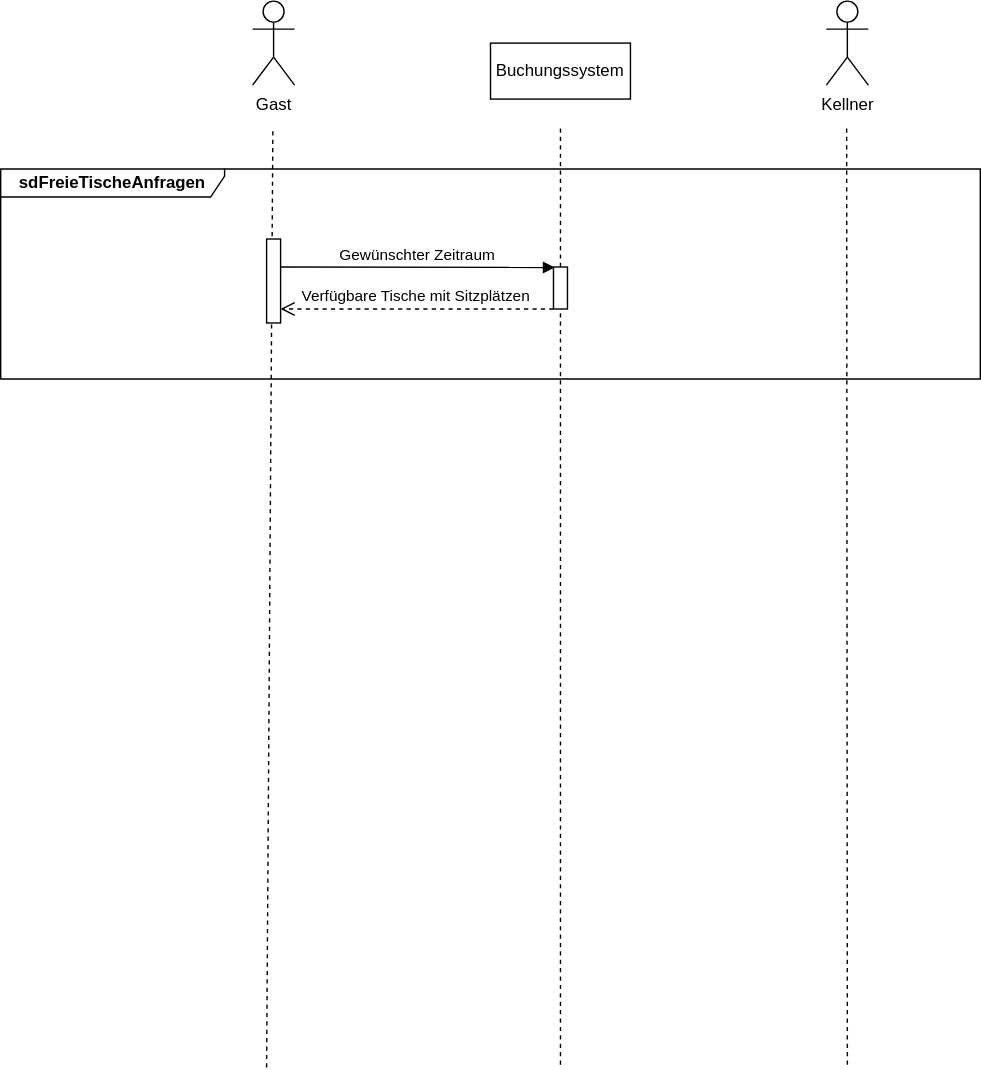
Before: diagramme/UML-Sequence.drawio.svg, a diagram exported from draw.io (gsoTH/FU1_Bestellservice). Source tidied: cells renumbered, new cells last; positions are measured from the earlier drawing's top-left corner, leaving out a move shared by most shapes. The source it was exported from:
```xml
<mxGraphModel>
  <root>
    <mxCell id="0" />
    <mxCell id="1" parent="0" />
    <mxCell id="2" style="group;" parent="1" vertex="1">
      <mxGeometry x="590" width="30" height="550" as="geometry" />
    </mxCell>
    <mxCell id="3" value="Kellner" style="shape=umlActor;verticalLabelPosition=bottom;verticalAlign=top;html=1;" parent="2" vertex="1">
      <mxGeometry width="30" height="60" as="geometry" />
    </mxCell>
    <mxCell id="4" style="endArrow=none;dashed=1;html=1;rounded=0;" parent="2" edge="1">
      <mxGeometry relative="1" as="geometry">
        <mxPoint x="15" y="760" as="sourcePoint" />
        <mxPoint x="14.5" y="90" as="targetPoint" />
      </mxGeometry>
    </mxCell>
    <mxCell id="5" style="group;" parent="1" vertex="1">
      <mxGeometry x="180" width="30" height="762" as="geometry" />
    </mxCell>
    <mxCell id="6" style="group;" parent="5" vertex="1">
      <mxGeometry width="30" height="550" as="geometry" />
    </mxCell>
    <mxCell id="7" value="Gast" style="shape=umlActor;verticalLabelPosition=bottom;verticalAlign=top;html=1;" parent="6" vertex="1">
      <mxGeometry width="30" height="60" as="geometry" />
    </mxCell>
    <mxCell id="8" style="endArrow=none;dashed=1;html=1;rounded=0;startArrow=none;" parent="5" edge="1">
      <mxGeometry relative="1" as="geometry">
        <mxPoint x="10" y="762" as="sourcePoint" />
        <mxPoint x="14.5" y="90" as="targetPoint" />
      </mxGeometry>
    </mxCell>
    <mxCell id="9" style="group;" parent="1" vertex="1">
      <mxGeometry x="350" y="30" width="100" height="730" as="geometry" />
    </mxCell>
    <mxCell id="10" value="Buchungssystem" style="rounded=0;whiteSpace=wrap;html=1;" parent="9" vertex="1">
      <mxGeometry width="100" height="40" as="geometry" />
    </mxCell>
    <mxCell id="11" style="endArrow=none;dashed=1;html=1;rounded=0;startArrow=none;" parent="9" edge="1">
      <mxGeometry relative="1" as="geometry">
        <mxPoint x="50" y="730" as="sourcePoint" />
        <mxPoint x="50" y="60" as="targetPoint" />
      </mxGeometry>
    </mxCell>
    <mxCell id="12" value="&lt;b&gt;sdFreieTischeAnfragen&lt;/b&gt;" style="shape=umlFrame;whiteSpace=wrap;html=1;width=160;height=20;" parent="1" vertex="1">
      <mxGeometry y="120" width="700" height="150" as="geometry" />
    </mxCell>
    <mxCell id="13" style="perimeter=orthogonalPerimeter;rounded=0;shadow=0;strokeWidth=1;" parent="1" vertex="1">
      <mxGeometry x="190" y="170" width="10" height="60" as="geometry" />
    </mxCell>
    <mxCell id="14" value="Gewünschter Zeitraum" style="verticalAlign=bottom;endArrow=block;shadow=0;strokeWidth=1;entryX=0.1;entryY=0.011;entryDx=0;entryDy=0;entryPerimeter=0;" parent="1" edge="1" target="15">
      <mxGeometry relative="1" as="geometry">
        <mxPoint x="200" y="190" as="sourcePoint" />
      </mxGeometry>
    </mxCell>
    <mxCell id="15" style="points=[];perimeter=orthogonalPerimeter;rounded=0;shadow=0;strokeWidth=1;" parent="1" vertex="1">
      <mxGeometry x="395" y="190" width="10" height="30" as="geometry" />
    </mxCell>
    <mxCell id="16" value="Verfügbare Tische mit Sitzplätzen" style="verticalAlign=bottom;endArrow=open;dashed=1;endSize=8;exitX=0;exitY=0.95;shadow=0;strokeWidth=1;" parent="1" edge="1">
      <mxGeometry relative="1" as="geometry">
        <mxPoint x="395" y="220" as="sourcePoint" />
        <mxPoint x="200" y="220" as="targetPoint" />
      </mxGeometry>
    </mxCell>
  </root>
</mxGraphModel>
```
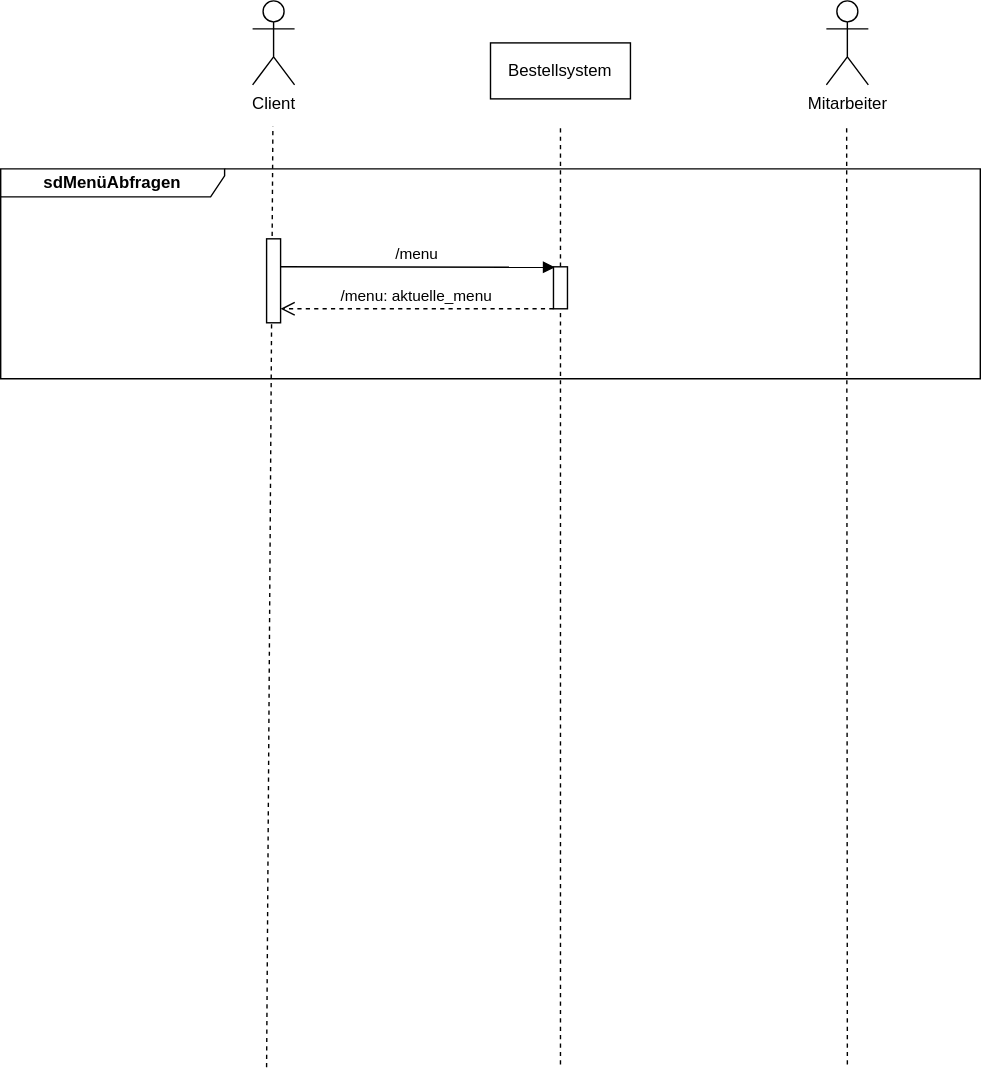
Above is the later version.

Commit message:
Diagramme auf Bestellung statt Buchung umgestellt

The edit, as a diff of the source:
```diff
@@ -5,7 +5,7 @@
     <mxCell id="2" style="group;" parent="1" vertex="1">
       <mxGeometry x="590" width="30" height="550" as="geometry" />
     </mxCell>
-    <mxCell id="3" value="Kellner" style="shape=umlActor;verticalLabelPosition=bottom;verticalAlign=top;html=1;" parent="2" vertex="1">
+    <mxCell id="3" value="Mitarbeiter" style="shape=umlActor;verticalLabelPosition=bottom;verticalAlign=top;html=1;" parent="2" vertex="1">
       <mxGeometry width="30" height="60" as="geometry" />
     </mxCell>
     <mxCell id="4" style="endArrow=none;dashed=1;html=1;rounded=0;" parent="2" edge="1">
@@ -20,7 +20,7 @@
     <mxCell id="6" style="group;" parent="5" vertex="1">
       <mxGeometry width="30" height="550" as="geometry" />
     </mxCell>
-    <mxCell id="7" value="Gast" style="shape=umlActor;verticalLabelPosition=bottom;verticalAlign=top;html=1;" parent="6" vertex="1">
+    <mxCell id="7" value="Client" style="shape=umlActor;verticalLabelPosition=bottom;verticalAlign=top;html=1;" parent="6" vertex="1">
       <mxGeometry width="30" height="60" as="geometry" />
     </mxCell>
     <mxCell id="8" style="endArrow=none;dashed=1;html=1;rounded=0;startArrow=none;" parent="5" edge="1">
@@ -32,7 +32,7 @@
     <mxCell id="9" style="group;" parent="1" vertex="1">
       <mxGeometry x="350" y="30" width="100" height="730" as="geometry" />
     </mxCell>
-    <mxCell id="10" value="Buchungssystem" style="rounded=0;whiteSpace=wrap;html=1;" parent="9" vertex="1">
+    <mxCell id="10" value="Bestellsystem" style="rounded=0;whiteSpace=wrap;html=1;" parent="9" vertex="1">
       <mxGeometry width="100" height="40" as="geometry" />
     </mxCell>
     <mxCell id="11" style="endArrow=none;dashed=1;html=1;rounded=0;startArrow=none;" parent="9" edge="1">
@@ -41,13 +41,13 @@
         <mxPoint x="50" y="60" as="targetPoint" />
       </mxGeometry>
     </mxCell>
-    <mxCell id="12" value="&lt;b&gt;sdFreieTischeAnfragen&lt;/b&gt;" style="shape=umlFrame;whiteSpace=wrap;html=1;width=160;height=20;" parent="1" vertex="1">
+    <mxCell id="12" value="&lt;b&gt;sdMenüAbfragen&lt;/b&gt;" style="shape=umlFrame;whiteSpace=wrap;html=1;width=160;height=20;" parent="1" vertex="1">
       <mxGeometry y="120" width="700" height="150" as="geometry" />
     </mxCell>
     <mxCell id="13" style="perimeter=orthogonalPerimeter;rounded=0;shadow=0;strokeWidth=1;" parent="1" vertex="1">
       <mxGeometry x="190" y="170" width="10" height="60" as="geometry" />
     </mxCell>
-    <mxCell id="14" value="Gewünschter Zeitraum" style="verticalAlign=bottom;endArrow=block;shadow=0;strokeWidth=1;entryX=0.1;entryY=0.011;entryDx=0;entryDy=0;entryPerimeter=0;" parent="1" edge="1" target="15">
+    <mxCell id="14" value="/menu" style="verticalAlign=bottom;endArrow=block;shadow=0;strokeWidth=1;entryX=0.1;entryY=0.011;entryDx=0;entryDy=0;entryPerimeter=0;" parent="1" edge="1" target="15">
       <mxGeometry relative="1" as="geometry">
         <mxPoint x="200" y="190" as="sourcePoint" />
       </mxGeometry>
@@ -55,7 +55,7 @@
     <mxCell id="15" style="points=[];perimeter=orthogonalPerimeter;rounded=0;shadow=0;strokeWidth=1;" parent="1" vertex="1">
       <mxGeometry x="395" y="190" width="10" height="30" as="geometry" />
     </mxCell>
-    <mxCell id="16" value="Verfügbare Tische mit Sitzplätzen" style="verticalAlign=bottom;endArrow=open;dashed=1;endSize=8;exitX=0;exitY=0.95;shadow=0;strokeWidth=1;" parent="1" edge="1">
+    <mxCell id="16" value="/menu: aktuelle_menu" style="verticalAlign=bottom;endArrow=open;dashed=1;endSize=8;exitX=0;exitY=0.95;shadow=0;strokeWidth=1;" parent="1" edge="1">
       <mxGeometry relative="1" as="geometry">
         <mxPoint x="395" y="220" as="sourcePoint" />
         <mxPoint x="200" y="220" as="targetPoint" />
```
